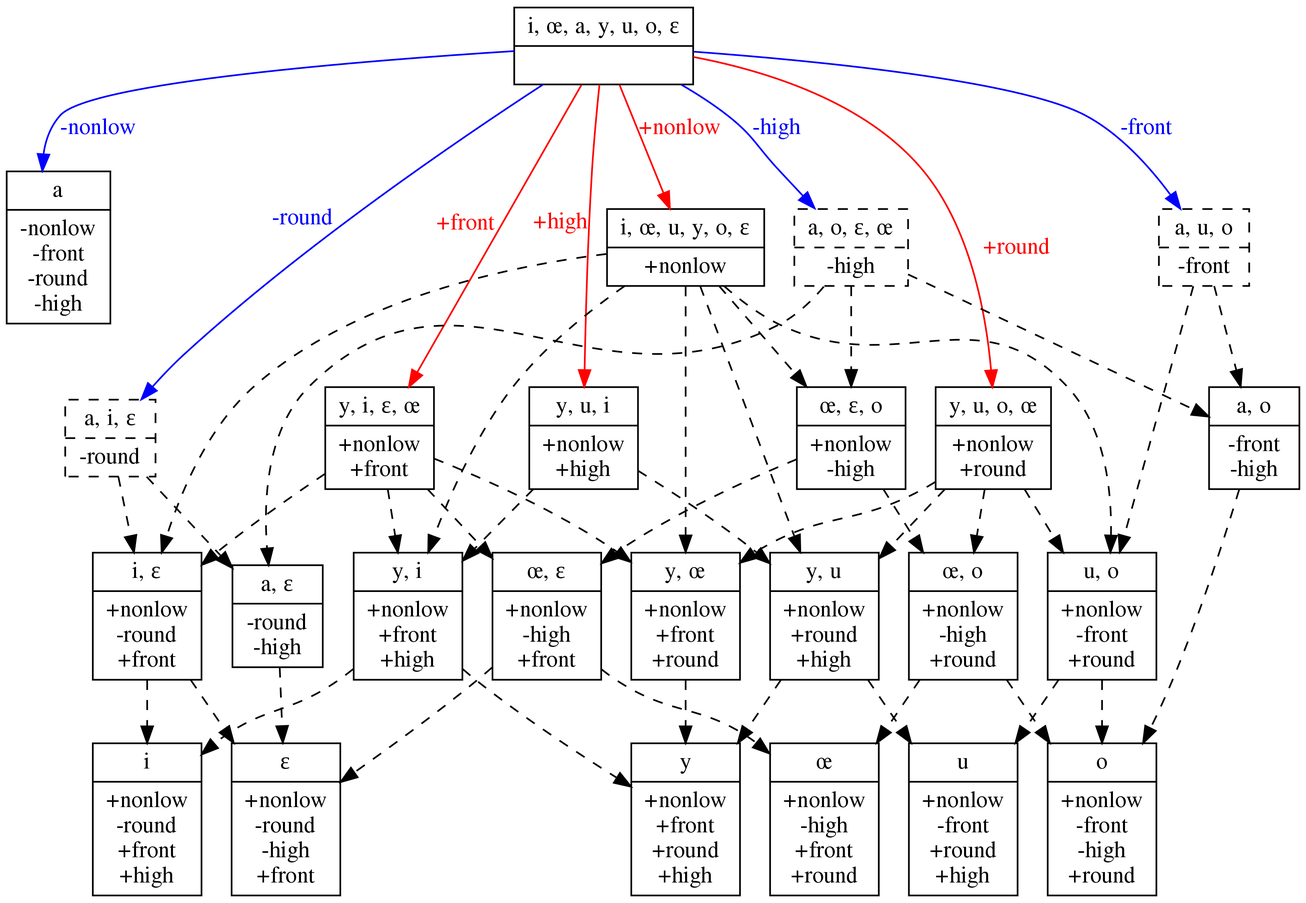
This is squib/diagrams/vowel_inventory_full_FEATURAL.png from rdaland/Pheatures, a Graphviz export, as it was before one commit. Its source is kept beside it as squib/diagrams/vowel_inventory_full_FEATURAL.gv.
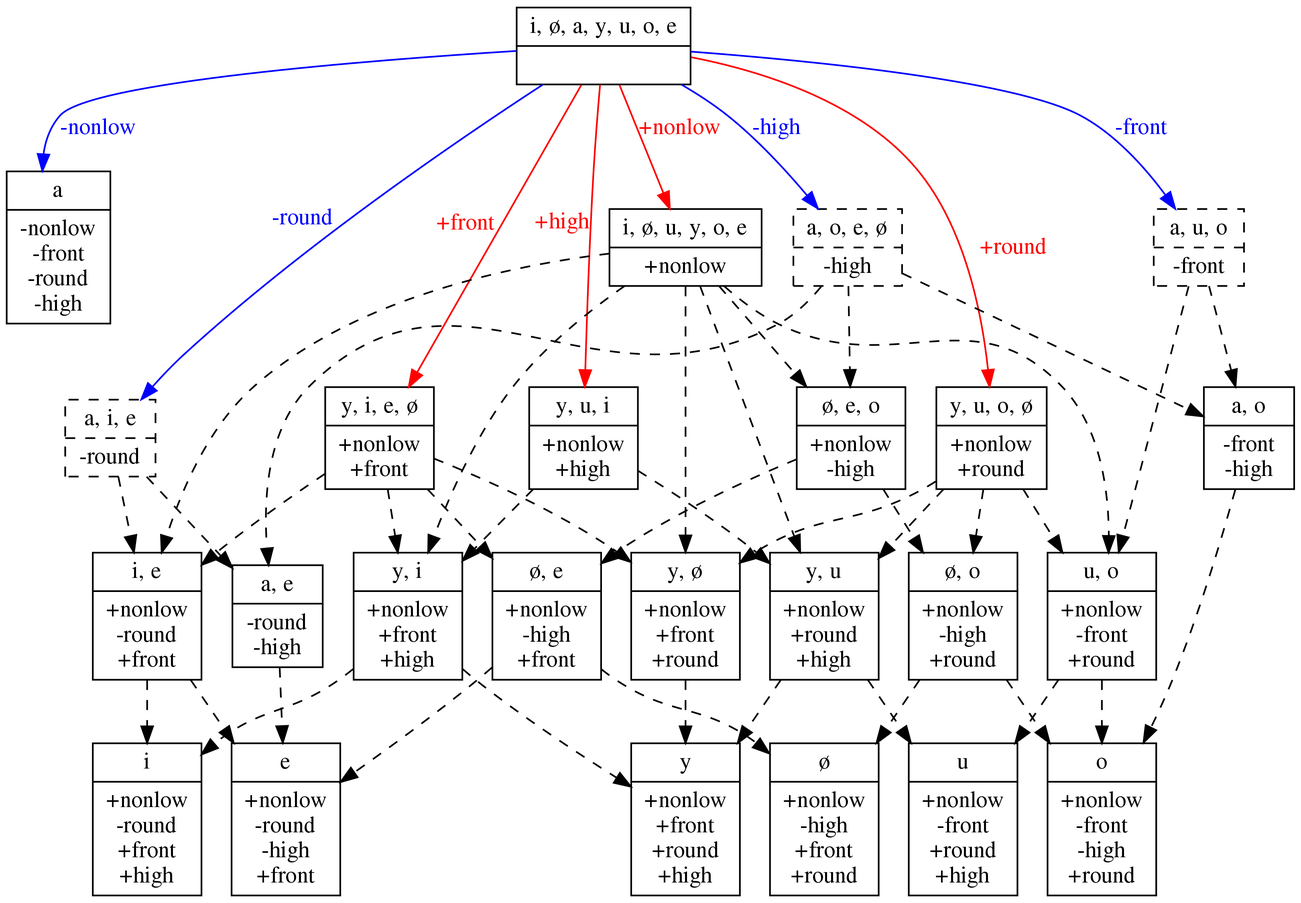
Above is the later version.

What changed in the source:
```diff
@@ -1,15 +1,15 @@
 digraph {
 	graph [ dpi = 300 ];
-	SIGMA [label="{<segs> i, œ, a, y, u, o, ɛ |<feats>  }",shape=record]
+	SIGMA [label="{<segs> i, ø, a, y, u, o, e |<feats>  }",shape=record]
 
 	LOW [label="{<segs> a |<feats> -nonlow\n-front\n-round\n-high }",shape=record]
-	NONLOW[label="{<segs> i, œ, u, y, o, ɛ |<feats> +nonlow }",shape=record]
-	FRONT[label="{<segs> y, i, ɛ, œ |<feats> +nonlow\n+front }",shape=record]
-	ROUND[label="{<segs> y, u, o, œ |<feats> +nonlow\n+round }",shape=record]
+	NONLOW[label="{<segs> i, ø, u, y, o, e |<feats> +nonlow }",shape=record]
+	FRONT[label="{<segs> y, i, e, ø |<feats> +nonlow\n+front }",shape=record]
+	ROUND[label="{<segs> y, u, o, ø |<feats> +nonlow\n+round }",shape=record]
 	HIGH[label="{<segs> y, u, i |<feats> +nonlow\n+high }",shape=record]
 	NONFRONT [label="{<segs> a, u, o |<feats> -front }",shape=record,style=dashed]
-	NONROUND [label="{<segs> a, i, ɛ |<feats> -round }",shape=record,style=dashed]
-	NONHIGH [label="{<segs> a, o, ɛ, œ |<feats> -high }",shape=record,style=dashed]
+	NONROUND [label="{<segs> a, i, e |<feats> -round }",shape=record,style=dashed]
+	NONHIGH [label="{<segs> a, o, e, ø |<feats> -high }",shape=record,style=dashed]
 
 	SIGMA -> NONLOW [label="+nonlow",fontcolor=red,color=red]
 	SIGMA -> LOW [label="-nonlow",fontcolor=blue,color=blue]
@@ -20,14 +20,14 @@
 	SIGMA -> ROUND [label="+round",fontcolor=red,color=red]
 	SIGMA -> HIGH [xlabel="+high",fontcolor=red,color=red]
 
-	FRONTROUND [label="{<segs> y, œ |<feats> +nonlow\n+front\n+round }",shape=record]
+	FRONTROUND [label="{<segs> y, ø |<feats> +nonlow\n+front\n+round }",shape=record]
 	HIGHFRONT [label="{<segs> y, i |<feats> +nonlow\n+front\n+high }",shape=record]
 	HIGHROUND [label="{<segs> y, u |<feats> +nonlow\n+round\n+high }",shape=record]
 	NONFRONTROUND [label="{<segs> u, o |<feats> +nonlow\n-front\n+round }",shape=record]
-	FRONTNONROUND [label="{<segs> i, ɛ |<feats> +nonlow\n-round\n+front }",shape=record]
+	FRONTNONROUND [label="{<segs> i, e |<feats> +nonlow\n-round\n+front }",shape=record]
 	NONFRONTNONHIGH [label="{<segs> a, o |<feats> -front\n-high }",shape=record]
-	NONROUNDNONHIGH [label="{<segs> a, ɛ |<feats> -round\n-high }",shape=record]
-	MID [label="{<segs> œ, ɛ, o |<feats> +nonlow\n-high }",shape=record]
+	NONROUNDNONHIGH [label="{<segs> a, e |<feats> -round\n-high }",shape=record]
+	MID [label="{<segs> ø, e, o |<feats> +nonlow\n-high }",shape=record]
 
 	{NONLOW FRONT ROUND} -> FRONTROUND [style=dashed]
 	{NONLOW HIGH FRONT} -> HIGHFRONT [style=dashed]
@@ -38,16 +38,16 @@
 	{NONROUND NONHIGH} -> NONROUNDNONHIGH [style=dashed]
 	{NONLOW NONHIGH} -> MID [style=dashed]
 
-	MIDFRONT [label="{<segs> œ, ɛ |<feats> +nonlow\n-high\n+front }",shape=record]
-	MIDROUND [label="{<segs> œ, o |<feats> +nonlow\n-high\n+round }",shape=record]
+	MIDFRONT [label="{<segs> ø, e |<feats> +nonlow\n-high\n+front }",shape=record]
+	MIDROUND [label="{<segs> ø, o |<feats> +nonlow\n-high\n+round }",shape=record]
 	{MID FRONT} -> MIDFRONT [style=dashed]
 	{MID ROUND} -> MIDROUND [style=dashed]
 
 	II [label="{<segs> i |<feats> +nonlow\n-round\n+front\n+high }",shape=record]
 	YY [label="{<segs> y |<feats> +nonlow\n+front\n+round\n+high }",shape=record]
 	UU [label="{<segs> u |<feats> +nonlow\n-front\n+round\n+high }",shape=record]
-	EH [label="{<segs> ɛ |<feats> +nonlow\n-round\n-high\n+front }",shape=record]
-	OE [label="{<segs> œ |<feats> +nonlow\n-high\n+front\n+round }",shape=record]
+	EH [label="{<segs> e |<feats> +nonlow\n-round\n-high\n+front }",shape=record]
+	OE [label="{<segs> ø |<feats> +nonlow\n-high\n+front\n+round }",shape=record]
 	OO [label="{<segs> o |<feats> +nonlow\n-front\n-high\n+round }",shape=record]
 
 	{HIGHFRONT FRONTNONROUND} -> II [style=dashed]
```
